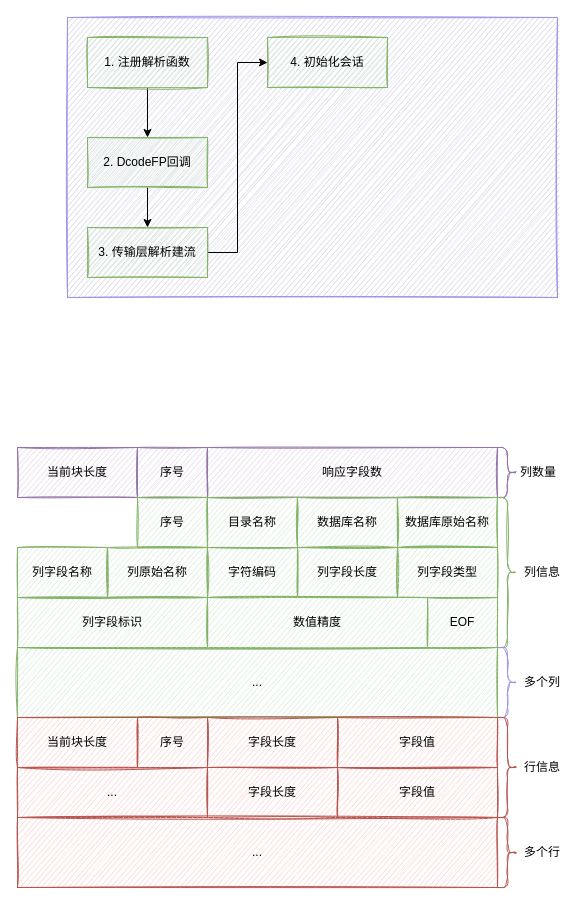
This is ck parse progess.drawio from leonce28/draw-io-img, a draw.io file, before an edit. Source tidied: cells renumbered, new cells numbered last; positions are measured from the earlier drawing's top-left corner, leaving out a move shared by most shapes. Both pictures are drawn from the tidied source at 100%, with x=0, y=0 at pixel (17, 17).
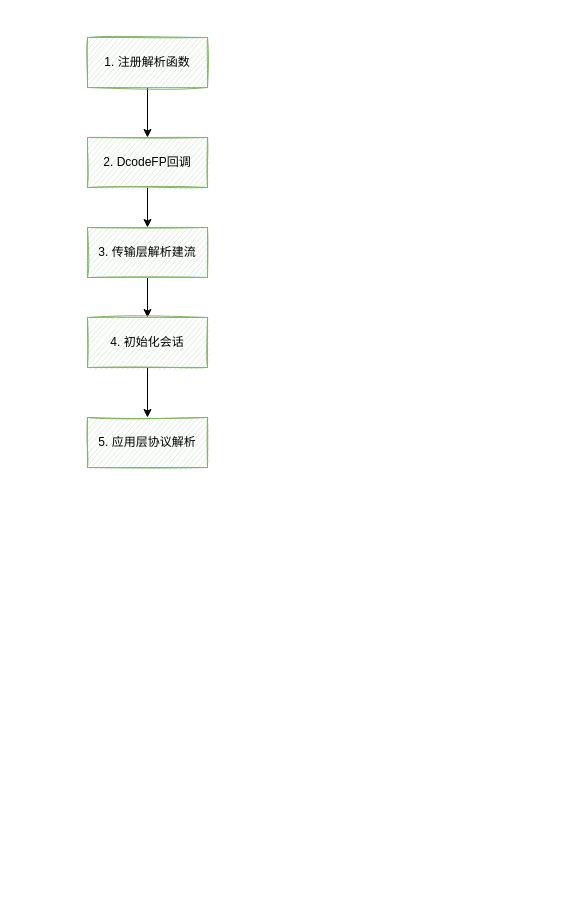
The same page after the edit.

Unchanged cells that the change refers to:
```xml
<mxCell id="42" value="3. 传输层解析建流" style="rounded=0;whiteSpace=wrap;html=1;fillStyle=auto;fillColor=#d5e8d4;gradientDirection=north;sketch=1;strokeColor=#82b366;" parent="1" vertex="1">
  <mxGeometry x="70" y="210" width="120" height="50" as="geometry" />
</mxCell>
```

Change to the diagram source:
```diff
@@
-    <mxCell id="2" style="rounded=0;whiteSpace=wrap;html=1;fillStyle=auto;fillColor=#d0cee2;gradientDirection=north;sketch=1;strokeColor=#9D94E6;" parent="1" vertex="1">
-      <mxGeometry x="50" width="490" height="280" as="geometry" />
-    </mxCell>
-    <mxCell id="3" value="当前块长度" style="rounded=0;whiteSpace=wrap;html=1;fillStyle=auto;fillColor=#e1d5e7;gradientDirection=north;sketch=1;strokeColor=#9673a6;" parent="1" vertex="1">
-      <mxGeometry y="430" width="120" height="50" as="geometry" />
-    </mxCell>
-    <mxCell id="4" value="序号" style="rounded=0;whiteSpace=wrap;html=1;fillStyle=auto;fillColor=#e1d5e7;gradientDirection=north;sketch=1;strokeColor=#9673a6;" parent="1" vertex="1">
-      <mxGeometry x="120" y="430" width="70" height="50" as="geometry" />
-    </mxCell>
-    <mxCell id="5" value="响应字段数" style="rounded=0;whiteSpace=wrap;html=1;fillStyle=auto;fillColor=#e1d5e7;gradientDirection=north;sketch=1;strokeColor=#9673a6;" parent="1" vertex="1">
-      <mxGeometry x="190" y="430" width="290" height="50" as="geometry" />
-    </mxCell>
-    <mxCell id="6" style="shape=curlyBracket;whiteSpace=wrap;html=1;rounded=1;flipH=1;sketch=1;fillColor=#e1d5e7;strokeColor=#9673a6;fillStyle=auto;" parent="1" vertex="1">
-      <mxGeometry x="480" y="430" width="20" height="50" as="geometry" />
-    </mxCell>
-    <mxCell id="7" value="列数量" style="text;html=1;strokeColor=none;fillColor=none;align=center;verticalAlign=middle;whiteSpace=wrap;rounded=0;sketch=1;fillStyle=auto;" parent="1" vertex="1">
-      <mxGeometry x="496" y="445" width="50" height="20" as="geometry" />
-    </mxCell>
@@
-    <mxCell id="10" value="序号" style="rounded=0;whiteSpace=wrap;html=1;fillStyle=auto;fillColor=#d5e8d4;gradientDirection=north;sketch=1;strokeColor=#82b366;" parent="1" vertex="1">
-      <mxGeometry x="120" y="480" width="70" height="50" as="geometry" />
-    </mxCell>
-    <mxCell id="11" value="目录名称" style="rounded=0;whiteSpace=wrap;html=1;fillStyle=auto;fillColor=#d5e8d4;gradientDirection=north;sketch=1;strokeColor=#82b366;" parent="1" vertex="1">
-      <mxGeometry x="190" y="480" width="90" height="50" as="geometry" />
-    </mxCell>
-    <mxCell id="12" value="数据库名称" style="rounded=0;whiteSpace=wrap;html=1;fillStyle=auto;fillColor=#d5e8d4;gradientDirection=north;sketch=1;strokeColor=#82b366;" parent="1" vertex="1">
-      <mxGeometry x="280" y="480" width="100" height="50" as="geometry" />
-    </mxCell>
-    <mxCell id="13" value="数据库原始名称" style="rounded=0;whiteSpace=wrap;html=1;fillStyle=auto;fillColor=#d5e8d4;gradientDirection=north;sketch=1;strokeColor=#82b366;" parent="1" vertex="1">
-      <mxGeometry x="380" y="480" width="100" height="50" as="geometry" />
-    </mxCell>
-    <mxCell id="14" value="列字段名称" style="rounded=0;whiteSpace=wrap;html=1;fillStyle=auto;fillColor=#d5e8d4;gradientDirection=north;sketch=1;strokeColor=#82b366;" parent="1" vertex="1">
-      <mxGeometry y="530" width="90" height="50" as="geometry" />
-    </mxCell>
-    <mxCell id="15" value="列原始名称" style="rounded=0;whiteSpace=wrap;html=1;fillStyle=auto;fillColor=#d5e8d4;gradientDirection=north;sketch=1;strokeColor=#82b366;" parent="1" vertex="1">
-      <mxGeometry x="90" y="530" width="100" height="50" as="geometry" />
-    </mxCell>
-    <mxCell id="16" value="字符编码" style="rounded=0;whiteSpace=wrap;html=1;fillStyle=auto;fillColor=#d5e8d4;gradientDirection=north;sketch=1;strokeColor=#82b366;" parent="1" vertex="1">
-      <mxGeometry x="190" y="530" width="90" height="50" as="geometry" />
-    </mxCell>
-    <mxCell id="17" value="列字段长度" style="rounded=0;whiteSpace=wrap;html=1;fillStyle=auto;fillColor=#d5e8d4;gradientDirection=north;sketch=1;strokeColor=#82b366;" parent="1" vertex="1">
-      <mxGeometry x="280" y="530" width="100" height="50" as="geometry" />
-    </mxCell>
-    <mxCell id="18" value="列字段类型" style="rounded=0;whiteSpace=wrap;html=1;fillStyle=auto;fillColor=#d5e8d4;gradientDirection=north;sketch=1;strokeColor=#82b366;" parent="1" vertex="1">
-      <mxGeometry x="380" y="530" width="100" height="50" as="geometry" />
-    </mxCell>
-    <mxCell id="19" value="列字段标识" style="rounded=0;whiteSpace=wrap;html=1;fillStyle=auto;fillColor=#d5e8d4;gradientDirection=north;sketch=1;strokeColor=#82b366;" parent="1" vertex="1">
-      <mxGeometry y="580" width="190" height="50" as="geometry" />
-    </mxCell>
-    <mxCell id="20" value="数值精度" style="rounded=0;whiteSpace=wrap;html=1;fillStyle=auto;fillColor=#d5e8d4;gradientDirection=north;sketch=1;strokeColor=#82b366;" parent="1" vertex="1">
-      <mxGeometry x="190" y="580" width="220" height="50" as="geometry" />
-    </mxCell>
-    <mxCell id="21" value="EOF" style="rounded=0;whiteSpace=wrap;html=1;fillStyle=auto;fillColor=#d5e8d4;gradientDirection=north;sketch=1;strokeColor=#82b366;" parent="1" vertex="1">
-      <mxGeometry x="410" y="580" width="70" height="50" as="geometry" />
-    </mxCell>
-    <mxCell id="22" style="shape=curlyBracket;whiteSpace=wrap;html=1;rounded=1;flipH=1;fillColor=#d5e8d4;strokeColor=#82b366;sketch=1;fillStyle=auto;" parent="1" vertex="1">
-      <mxGeometry x="480" y="480" width="20" height="150" as="geometry" />
-    </mxCell>
-    <mxCell id="23" value="列信息" style="text;html=1;strokeColor=none;fillColor=none;align=center;verticalAlign=middle;whiteSpace=wrap;rounded=0;sketch=1;fillStyle=auto;" parent="1" vertex="1">
-      <mxGeometry x="500" y="545" width="50" height="20" as="geometry" />
-    </mxCell>
-    <mxCell id="24" value="..." style="rounded=0;whiteSpace=wrap;html=1;fillStyle=auto;fillColor=#d5e8d4;gradientDirection=north;sketch=1;strokeColor=#82b366;" parent="1" vertex="1">
-      <mxGeometry y="630" width="480" height="70" as="geometry" />
-    </mxCell>
-    <mxCell id="25" style="shape=curlyBracket;whiteSpace=wrap;html=1;rounded=1;flipH=1;sketch=1;fillColor=none;fillStyle=auto;strokeColor=#9D94E6;" parent="1" vertex="1">
-      <mxGeometry x="480" y="630" width="20" height="70" as="geometry" />
-    </mxCell>
-    <mxCell id="26" value="多个列" style="text;html=1;strokeColor=none;fillColor=none;align=center;verticalAlign=middle;whiteSpace=wrap;rounded=0;sketch=1;fillStyle=auto;" parent="1" vertex="1">
-      <mxGeometry x="500" y="655" width="50" height="20" as="geometry" />
-    </mxCell>
-    <mxCell id="27" value="当前块长度" style="rounded=0;whiteSpace=wrap;html=1;fillStyle=auto;fillColor=#f8cecc;gradientDirection=north;sketch=1;strokeColor=#b85450;" parent="1" vertex="1">
-      <mxGeometry y="700" width="120" height="50" as="geometry" />
-    </mxCell>
-    <mxCell id="28" value="序号" style="rounded=0;whiteSpace=wrap;html=1;fillStyle=auto;fillColor=#f8cecc;gradientDirection=north;sketch=1;strokeColor=#b85450;" parent="1" vertex="1">
-      <mxGeometry x="120" y="700" width="70" height="50" as="geometry" />
-    </mxCell>
-    <mxCell id="29" value="字段长度" style="rounded=0;whiteSpace=wrap;html=1;fillStyle=auto;fillColor=#f8cecc;gradientDirection=north;sketch=1;strokeColor=#b85450;" parent="1" vertex="1">
-      <mxGeometry x="190" y="700" width="130" height="50" as="geometry" />
-    </mxCell>
-    <mxCell id="30" value="字段值" style="rounded=0;whiteSpace=wrap;html=1;fillStyle=auto;fillColor=#f8cecc;gradientDirection=north;sketch=1;strokeColor=#b85450;" parent="1" vertex="1">
-      <mxGeometry x="320" y="700" width="160" height="50" as="geometry" />
-    </mxCell>
-    <mxCell id="31" value="..." style="rounded=0;whiteSpace=wrap;html=1;fillStyle=auto;fillColor=#f8cecc;gradientDirection=north;sketch=1;strokeColor=#b85450;" parent="1" vertex="1">
-      <mxGeometry y="750" width="190" height="50" as="geometry" />
-    </mxCell>
-    <mxCell id="32" value="字段长度" style="rounded=0;whiteSpace=wrap;html=1;fillStyle=auto;fillColor=#f8cecc;gradientDirection=north;sketch=1;strokeColor=#b85450;" parent="1" vertex="1">
-      <mxGeometry x="190" y="750" width="130" height="50" as="geometry" />
-    </mxCell>
-    <mxCell id="33" value="字段值" style="rounded=0;whiteSpace=wrap;html=1;fillStyle=auto;fillColor=#f8cecc;gradientDirection=north;sketch=1;strokeColor=#b85450;" parent="1" vertex="1">
-      <mxGeometry x="320" y="750" width="160" height="50" as="geometry" />
-    </mxCell>
-    <mxCell id="34" style="shape=curlyBracket;whiteSpace=wrap;html=1;rounded=1;flipH=1;sketch=1;fillColor=#f8cecc;strokeColor=#b85450;fillStyle=auto;" parent="1" vertex="1">
-      <mxGeometry x="480" y="700" width="20" height="100" as="geometry" />
-    </mxCell>
-    <mxCell id="35" value="行信息" style="text;html=1;strokeColor=none;fillColor=none;align=center;verticalAlign=middle;whiteSpace=wrap;rounded=0;sketch=1;fillStyle=auto;" parent="1" vertex="1">
-      <mxGeometry x="500" y="740" width="50" height="20" as="geometry" />
-    </mxCell>
-    <mxCell id="36" value="..." style="rounded=0;whiteSpace=wrap;html=1;fillStyle=auto;fillColor=#f8cecc;gradientDirection=north;sketch=1;strokeColor=#b85450;" parent="1" vertex="1">
-      <mxGeometry y="800" width="480" height="70" as="geometry" />
-    </mxCell>
-    <mxCell id="37" style="shape=curlyBracket;whiteSpace=wrap;html=1;rounded=1;flipH=1;sketch=1;fillColor=#f8cecc;strokeColor=#b85450;fillStyle=auto;" parent="1" vertex="1">
-      <mxGeometry x="480" y="800" width="20" height="70" as="geometry" />
-    </mxCell>
-    <mxCell id="38" value="多个行" style="text;html=1;strokeColor=none;fillColor=none;align=center;verticalAlign=middle;whiteSpace=wrap;rounded=0;sketch=1;fillStyle=auto;" parent="1" vertex="1">
-      <mxGeometry x="500" y="825" width="50" height="20" as="geometry" />
-    </mxCell>
@@
-    <mxCell id="41" style="edgeStyle=orthogonalEdgeStyle;rounded=0;jettySize=auto;html=1;exitX=1;exitY=0.5;exitDx=0;exitDy=0;entryX=0;entryY=0.5;entryDx=0;entryDy=0;" parent="1" edge="1" source="42" target="43">
+    <mxCell id="41" style="edgeStyle=orthogonalEdgeStyle;rounded=0;jettySize=auto;html=1;" parent="1" edge="1" source="42" target="43">
       <mxGeometry relative="1" as="geometry" />
     </mxCell>
@@
+    <mxCell id="44" style="edgeStyle=orthogonalEdgeStyle;rounded=0;jettySize=auto;html=1;" parent="1" edge="1" source="43" target="45">
+      <mxGeometry relative="1" as="geometry" />
+    </mxCell>
     <mxCell id="43" value="4. 初始化会话" style="rounded=0;whiteSpace=wrap;html=1;fillStyle=auto;fillColor=#d5e8d4;gradientDirection=north;sketch=1;strokeColor=#82b366;" parent="1" vertex="1">
-      <mxGeometry x="250" y="20" width="120" height="50" as="geometry" />
+      <mxGeometry x="70" y="300" width="120" height="50" as="geometry" />
     </mxCell>
+    <mxCell id="45" value="5. 应用层协议解析" style="rounded=0;whiteSpace=wrap;html=1;fillStyle=auto;fillColor=#d5e8d4;gradientDirection=north;sketch=1;strokeColor=#82b366;" parent="1" vertex="1">
+      <mxGeometry x="70" y="400" width="120" height="50" as="geometry" />
+    </mxCell>
```
